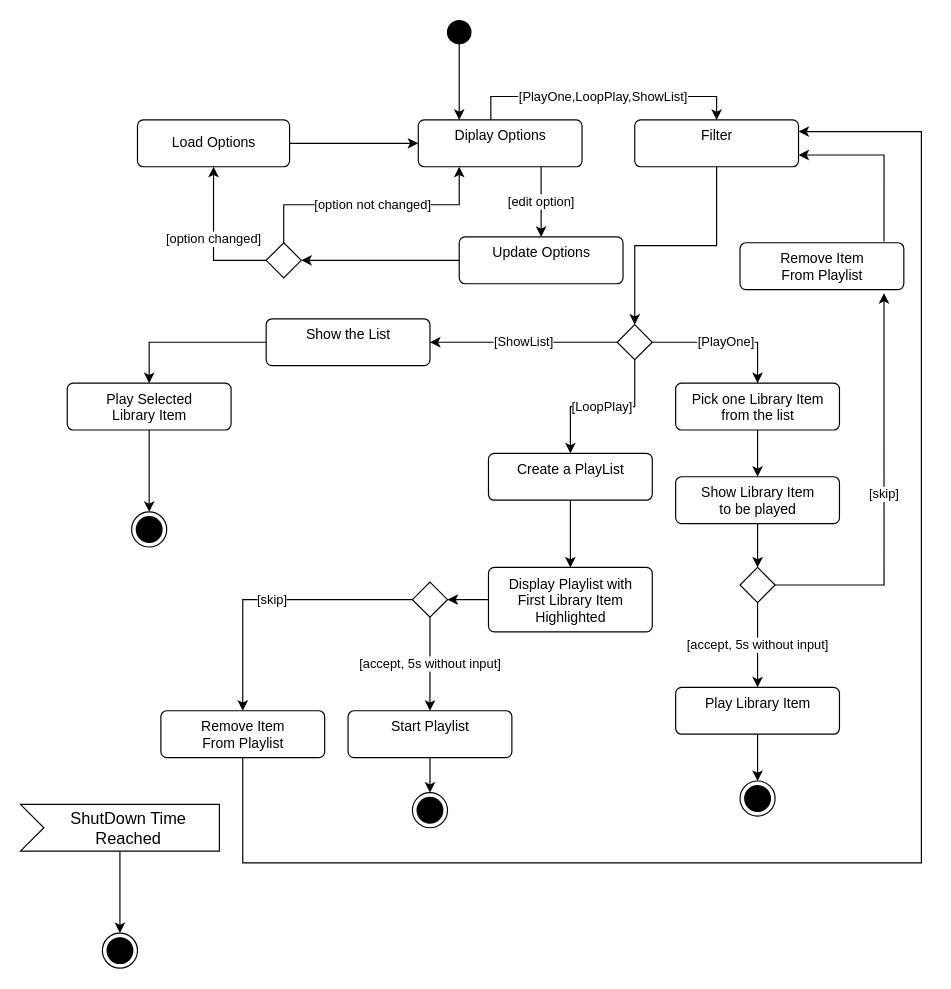
Earlier version of the draw.io diagram page "Page-2" (2 of 3) of uml.drawio (dustinmcmahon/kodiAddon). Source tidied: cells renumbered, new cells numbered last; positions are measured from the earlier drawing's top-left corner, leaving out a move shared by most shapes. Both pictures are drawn from the tidied source at 117%, with x=0, y=0 at pixel (20, 20).
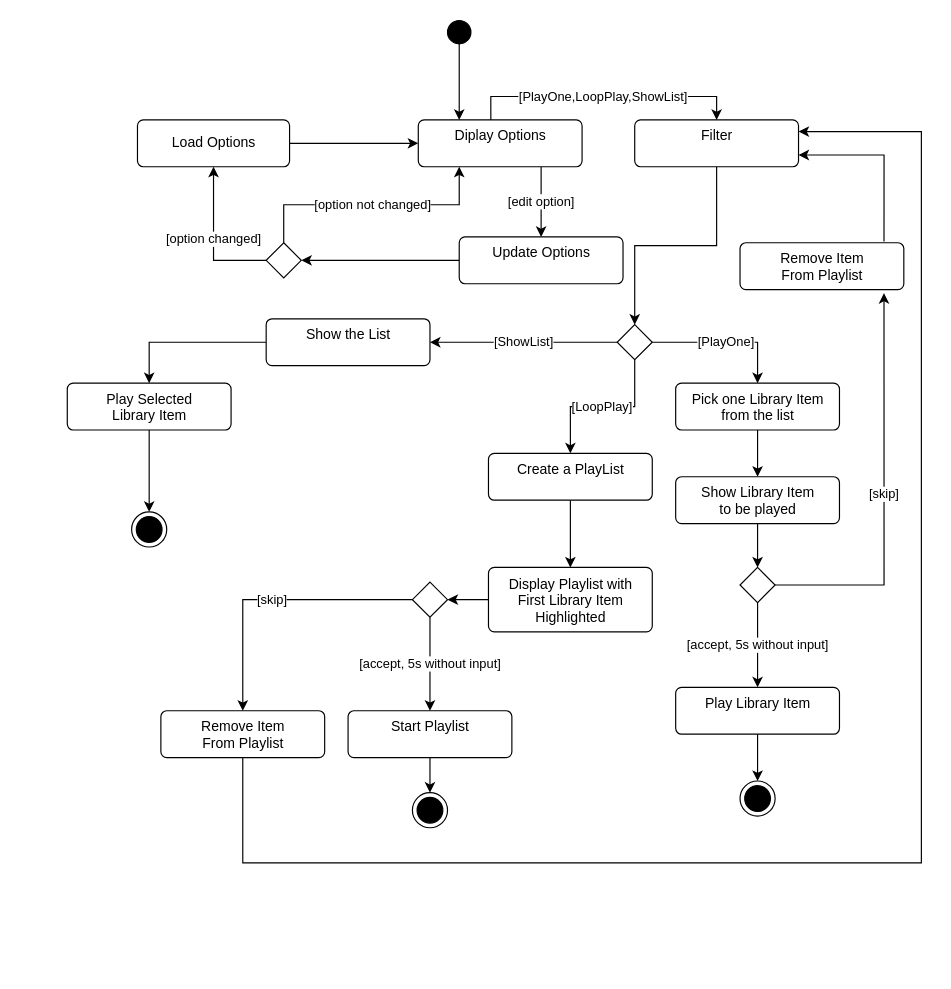
The same diagram, later.

The edit, as a diff of the source:
```diff
@@
-    <mxCell id="47" style="edgeStyle=orthogonalEdgeStyle;rounded=0;jettySize=auto;html=1;exitX=0;exitY=0;exitDx=85;exitDy=40;exitPerimeter=0;entryX=0.5;entryY=0;entryDx=0;entryDy=0;" parent="1" edge="1" source="48" target="49">
-      <mxGeometry relative="1" as="geometry" />
-    </mxCell>
-    <mxCell id="48" value="ShutDown Time &lt;br&gt;Reached" style="html=1;shape=mxgraph.infographic.ribbonSimple;notch1=20;notch2=0;align=center;verticalAlign=middle;fontSize=14;fontStyle=0;fillColor=#FFFFFF;flipH=0;spacingRight=0;spacingLeft=14;" parent="1" vertex="1">
-      <mxGeometry y="670" width="170" height="40" as="geometry" />
-    </mxCell>
-    <mxCell id="49" style="ellipse;html=1;shape=endState;fillColor=strokeColor;" parent="1" vertex="1">
-      <mxGeometry x="70" y="780" width="30" height="30" as="geometry" />
-    </mxCell>
```
